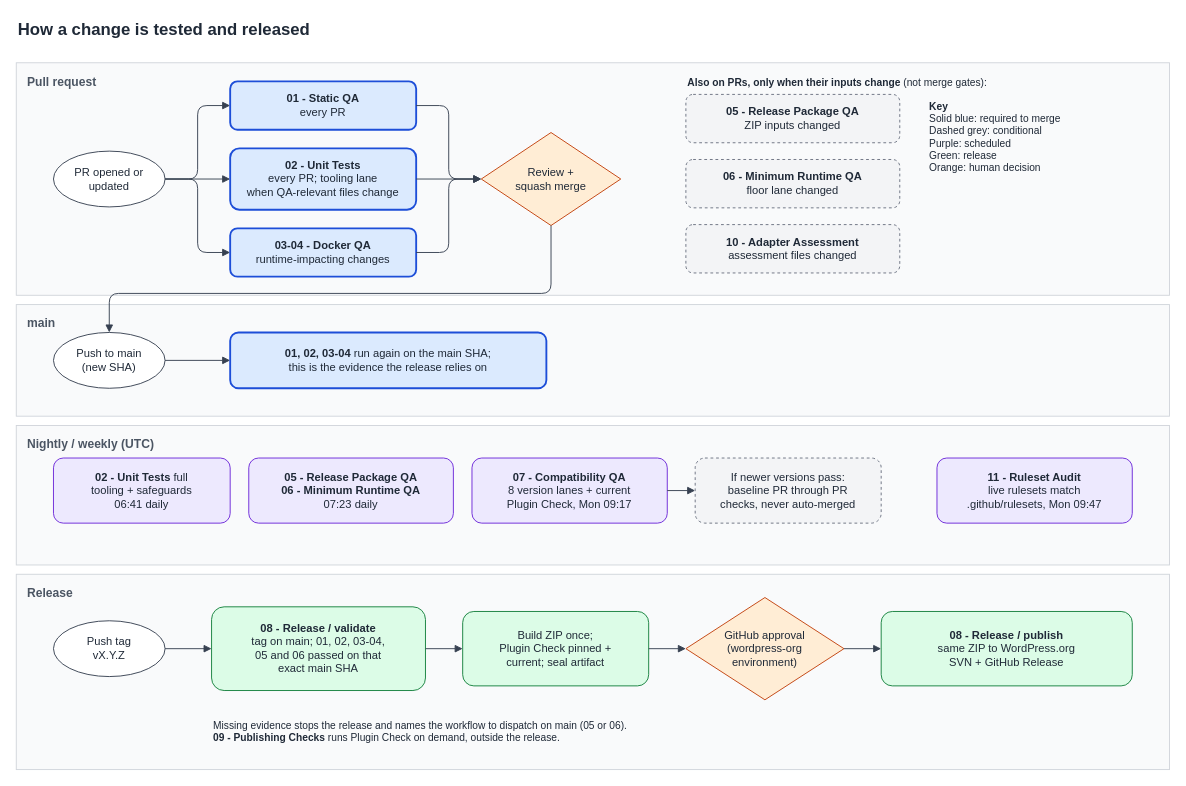
DanielBoring/webmastery-site-toolkit-for-mcp keeps this draw.io diagram as docs/images/qa-flow.drawio. Above is the earlier version. Source tidied: cells renumbered, new cells numbered last; positions are measured from the earlier drawing's top-left corner, leaving out a move shared by most shapes. Both pictures are drawn from the tidied source at 93%, with x=0, y=0 at pixel (16, 16).
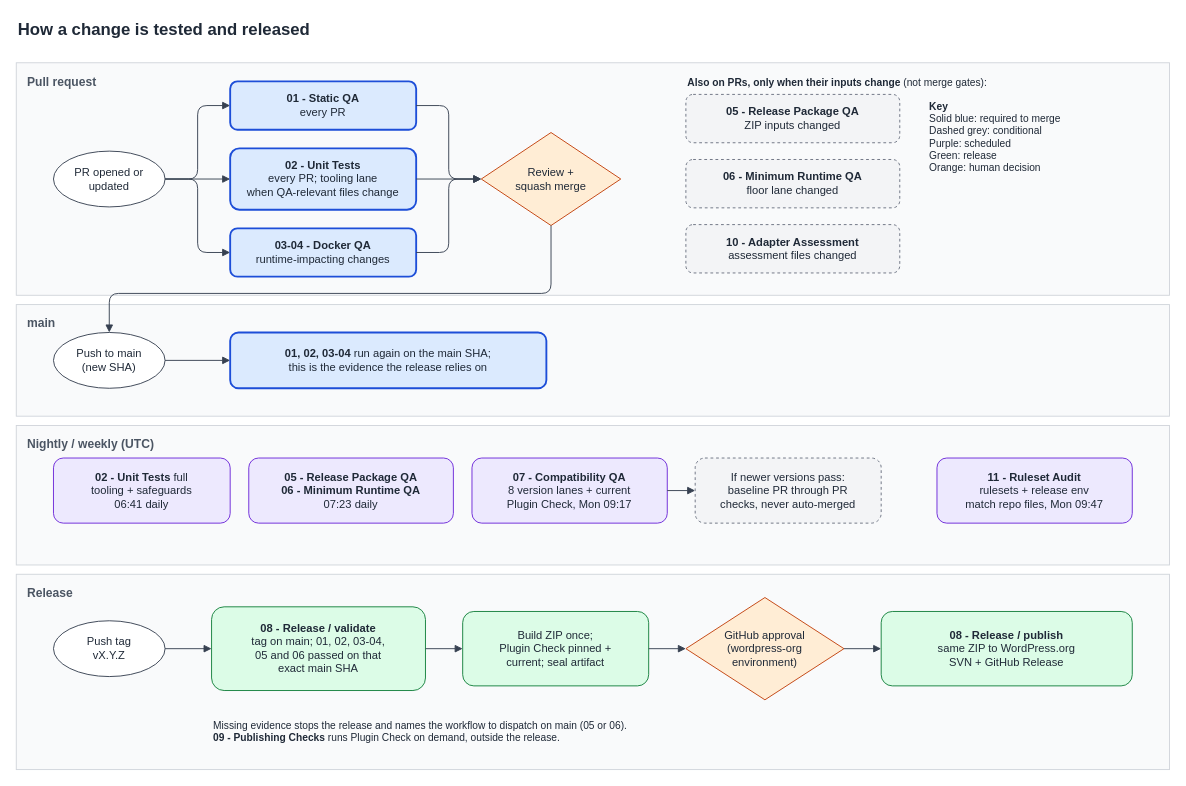
The same diagram, later.

Commit message (it also covers changes not shown here):
docs: document the environment audit; remove the temporary negative control

Diff of the diagram source:
```diff
@@
-    <mxCell id="35" value="&lt;b&gt;11 - Ruleset Audit&lt;/b&gt;&lt;br&gt;live rulesets match&lt;br&gt;.github/rulesets, Mon 09:47" style="rounded=1;whiteSpace=wrap;html=1;fillColor=#ede9fe;strokeColor=#6d28d9;fontFamily=Helvetica;fontColor=#1f2937;" parent="1" vertex="1">
+    <mxCell id="35" value="&lt;b&gt;11 - Ruleset Audit&lt;/b&gt;&lt;br&gt;rulesets + release env&lt;br&gt;match repo files, Mon 09:47" style="rounded=1;whiteSpace=wrap;html=1;fillColor=#ede9fe;strokeColor=#6d28d9;fontFamily=Helvetica;fontColor=#1f2937;" parent="1" vertex="1">
       <mxGeometry x="990" y="475" width="210" height="70" as="geometry" />
     </mxCell>
```
